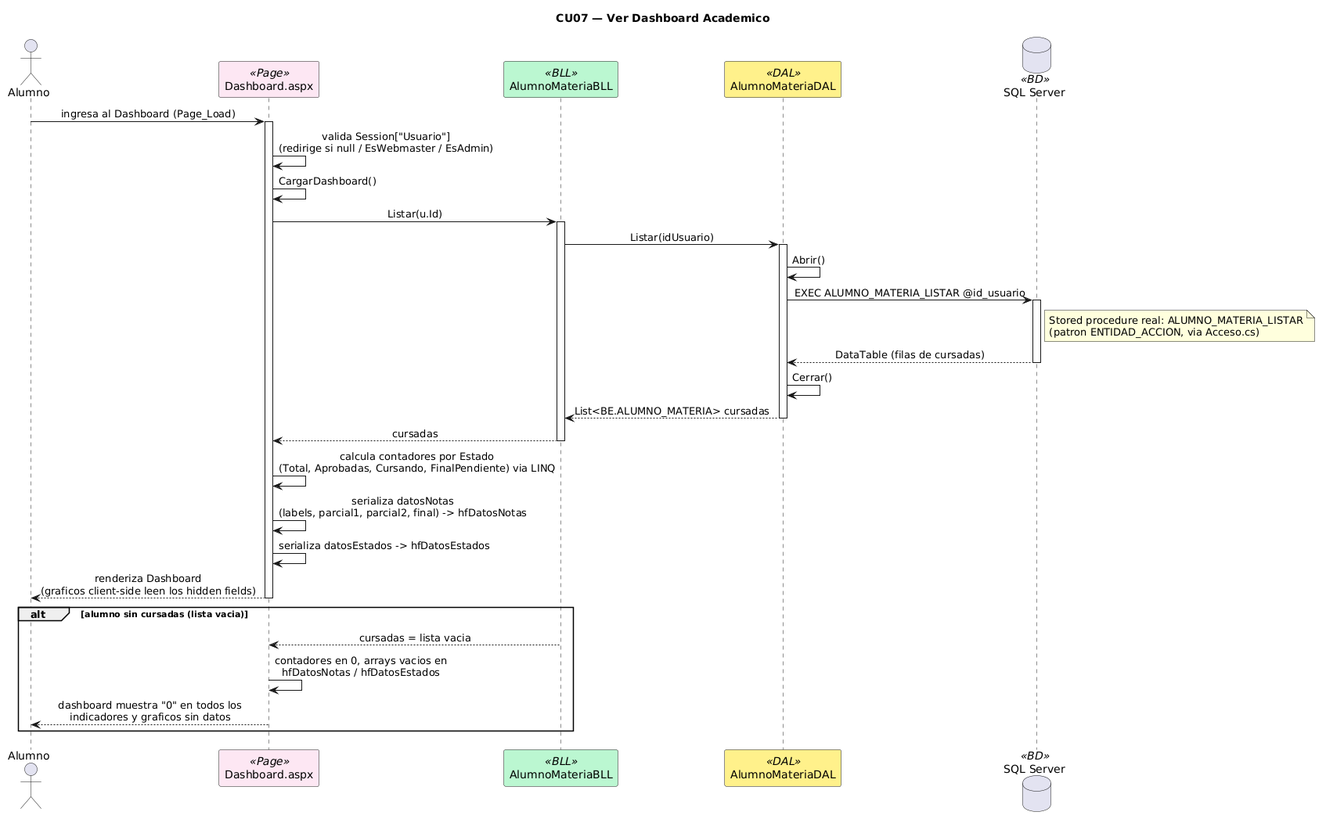
Urrels/tpDYAWeb keeps this PlantUML diagram as DIAGRAMAS/Secuencia_CU07_VerDashboard.png. Above is the earlier version. The source it was exported from:
```plantuml
@startuml
title CU07 — Ver Dashboard Academico
skinparam sequenceMessageAlign center
skinparam shadowing false
skinparam sequenceParticipant {
    BackgroundColor<<Page>> #FCE7F3
    BackgroundColor<<BLL>> #BBF7D0
    BackgroundColor<<DAL>> #FEF08A
    BackgroundColor<<BD>> #DBEAFE
}

actor Alumno as A
participant "Dashboard.aspx" as PAGE <<Page>>
participant "AlumnoMateriaBLL" as BLL <<BLL>>
participant "AlumnoMateriaDAL" as DAL <<DAL>>
database "SQL Server" as DB <<BD>>

A -> PAGE : ingresa al Dashboard (Page_Load)
activate PAGE
PAGE -> PAGE : valida Session["Usuario"]\n(redirige si null / EsWebmaster / EsAdmin)
PAGE -> PAGE : CargarDashboard()
PAGE -> BLL : Listar(u.Id)
activate BLL
BLL -> DAL : Listar(idUsuario)
activate DAL
DAL -> DAL : Abrir()
DAL -> DB : EXEC ALUMNO_MATERIA_LISTAR @id_usuario
activate DB
note right of DB
  Stored procedure real: ALUMNO_MATERIA_LISTAR
  (patron ENTIDAD_ACCION, via Acceso.cs)
end note
DB --> DAL : DataTable (filas de cursadas)
deactivate DB
DAL -> DAL : Cerrar()
DAL --> BLL : List<BE.ALUMNO_MATERIA> cursadas
deactivate DAL
BLL --> PAGE : cursadas
deactivate BLL
PAGE -> PAGE : calcula contadores por Estado\n(Total, Aprobadas, Cursando, FinalPendiente) via LINQ
PAGE -> PAGE : serializa datosNotas\n(labels, parcial1, parcial2, final) -> hfDatosNotas
PAGE -> PAGE : serializa datosEstados -> hfDatosEstados
PAGE --> A : renderiza Dashboard\n(graficos client-side leen los hidden fields)
deactivate PAGE

alt alumno sin cursadas (lista vacia)
  BLL --> PAGE : cursadas = lista vacia
  PAGE -> PAGE : contadores en 0, arrays vacios en\nhfDatosNotas / hfDatosEstados
  PAGE --> A : dashboard muestra "0" en todos los\nindicadores y graficos sin datos
end
@enduml
```
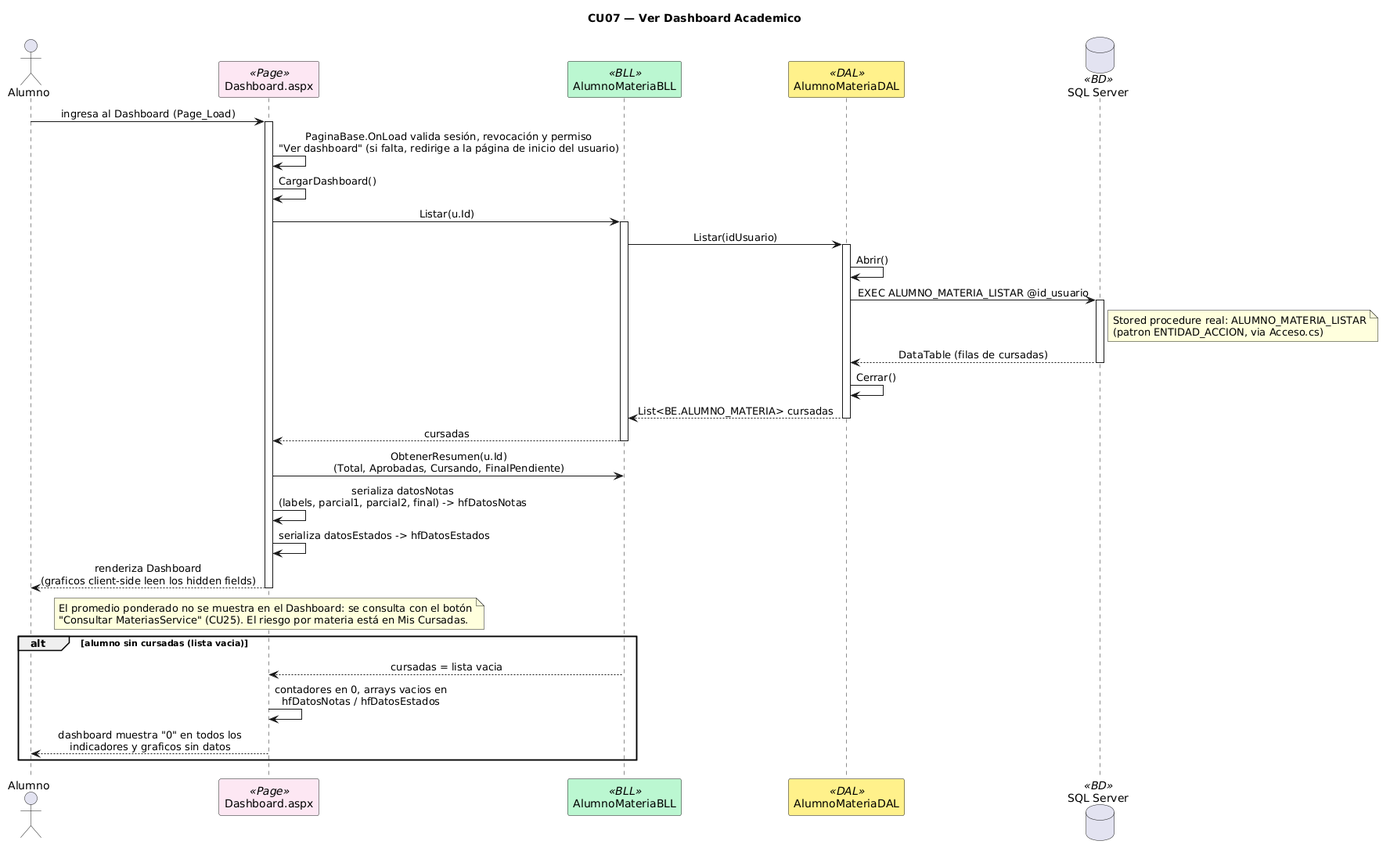
Later version of the same file.

What changed in the source:
```diff
@@ -17,7 +17,7 @@
 
 A -> PAGE : ingresa al Dashboard (Page_Load)
 activate PAGE
-PAGE -> PAGE : valida Session["Usuario"]\n(redirige si null / EsWebmaster / EsAdmin)
+PAGE -> PAGE : PaginaBase.OnLoad valida sesión, revocación y permiso\n"Ver dashboard" (si falta, redirige a la página de inicio del usuario)
 PAGE -> PAGE : CargarDashboard()
 PAGE -> BLL : Listar(u.Id)
 activate BLL
@@ -37,11 +37,16 @@
 deactivate DAL
 BLL --> PAGE : cursadas
 deactivate BLL
-PAGE -> PAGE : calcula contadores por Estado\n(Total, Aprobadas, Cursando, FinalPendiente) via LINQ
+PAGE -> BLL : ObtenerResumen(u.Id)\n(Total, Aprobadas, Cursando, FinalPendiente)
 PAGE -> PAGE : serializa datosNotas\n(labels, parcial1, parcial2, final) -> hfDatosNotas
 PAGE -> PAGE : serializa datosEstados -> hfDatosEstados
 PAGE --> A : renderiza Dashboard\n(graficos client-side leen los hidden fields)
 deactivate PAGE
+
+note over PAGE
+  El promedio ponderado no se muestra en el Dashboard: se consulta con el botón
+  "Consultar MateriasService" (CU25). El riesgo por materia está en Mis Cursadas.
+end note
 
 alt alumno sin cursadas (lista vacia)
   BLL --> PAGE : cursadas = lista vacia
```
